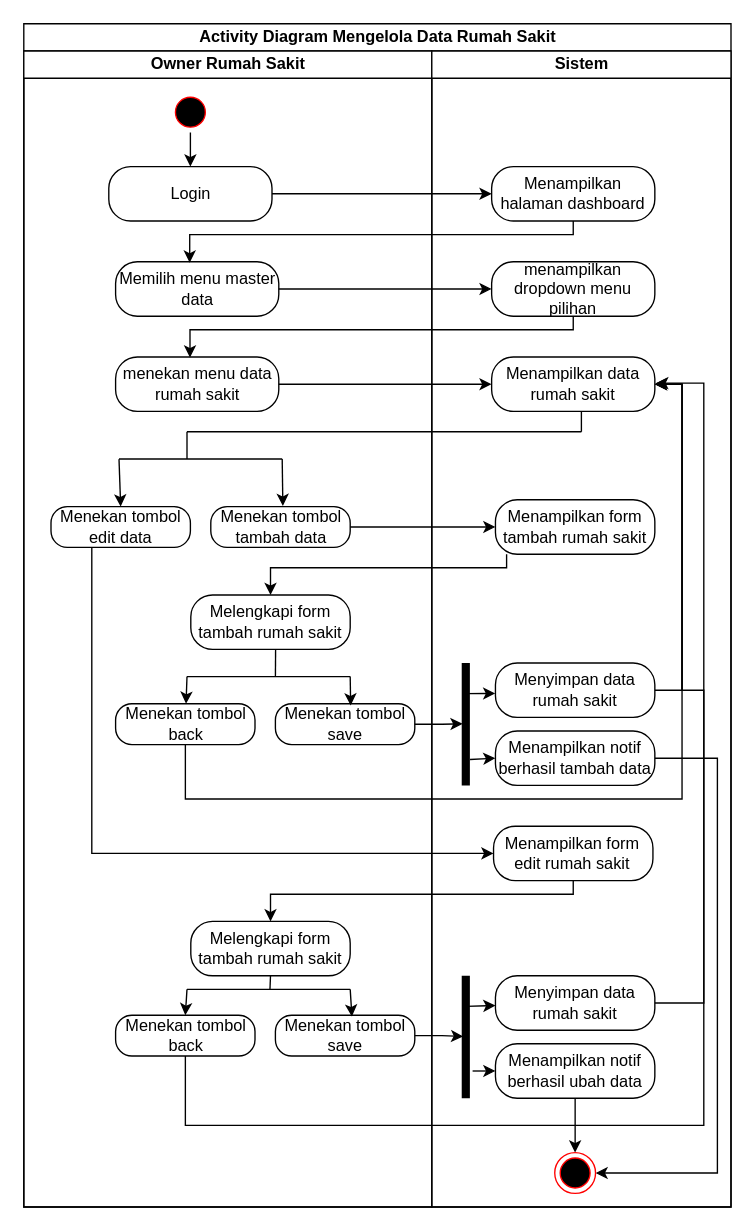
The draw.io diagram activity diagram/Owner Rumah Sakit/mengelola data rs (owner_rs).drawio in Muhamadrafliseptian/rancangan-sistem-dan-dokumen, before the edit. Source tidied: cells renumbered, new cells numbered last; positions are measured from the earlier drawing's top-left corner, leaving out a move shared by most shapes. Both pictures are drawn from the tidied source at 136%, with x=0, y=0 at pixel (23, 23).
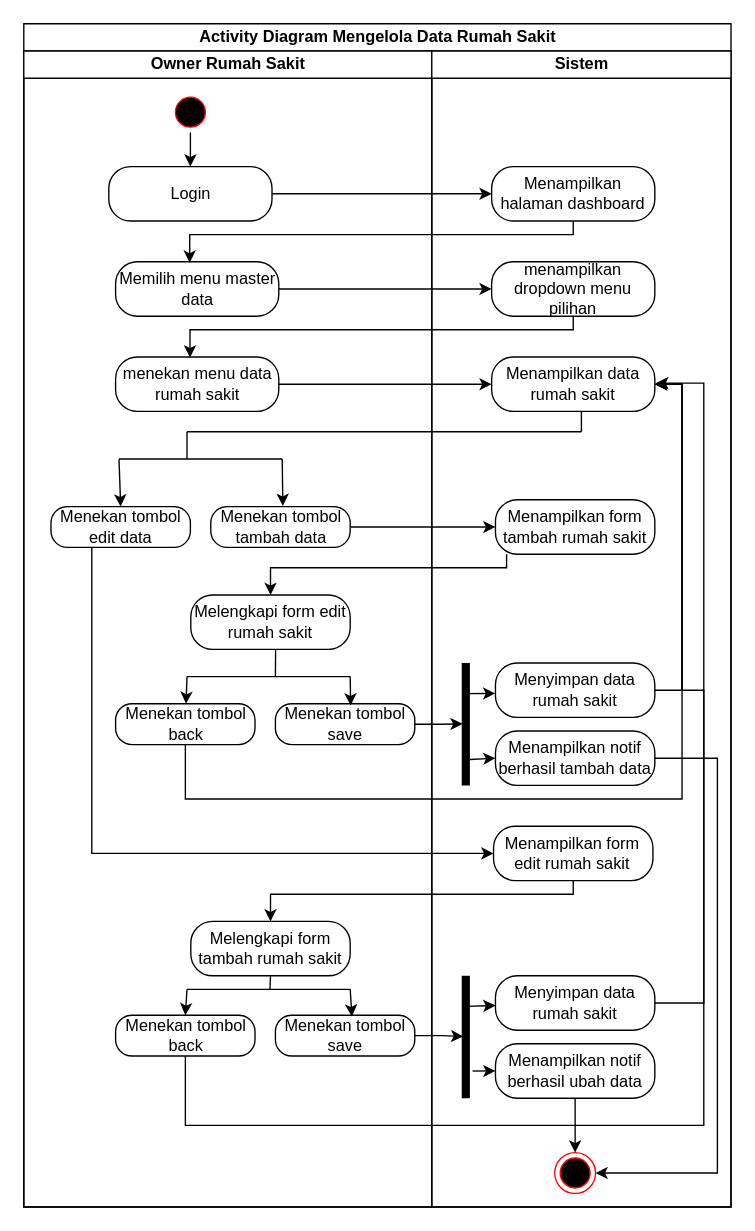
The same page after the edit.

The change refers to these unchanged cells:
```xml
<mxCell id="3" value="Owner Rumah Sakit" style="swimlane;startSize=20;html=1;" parent="2" vertex="1">
  <mxGeometry y="20" width="300" height="850" as="geometry" />
</mxCell>
```

The edit, as a diff of the source:
```diff
@@
-    <mxCell id="12" value="Melengkapi form tambah rumah sakit" style="rounded=1;whiteSpace=wrap;html=1;arcSize=40;fontColor=#000000;fillColor=default;strokeColor=default;" parent="3" vertex="1">
+    <mxCell id="12" value="Melengkapi form edit rumah sakit" style="rounded=1;whiteSpace=wrap;html=1;arcSize=40;fontColor=#000000;fillColor=default;strokeColor=default;" parent="3" vertex="1">
       <mxGeometry x="122.8" y="400" width="117.2" height="40" as="geometry" />
     </mxCell>
```
